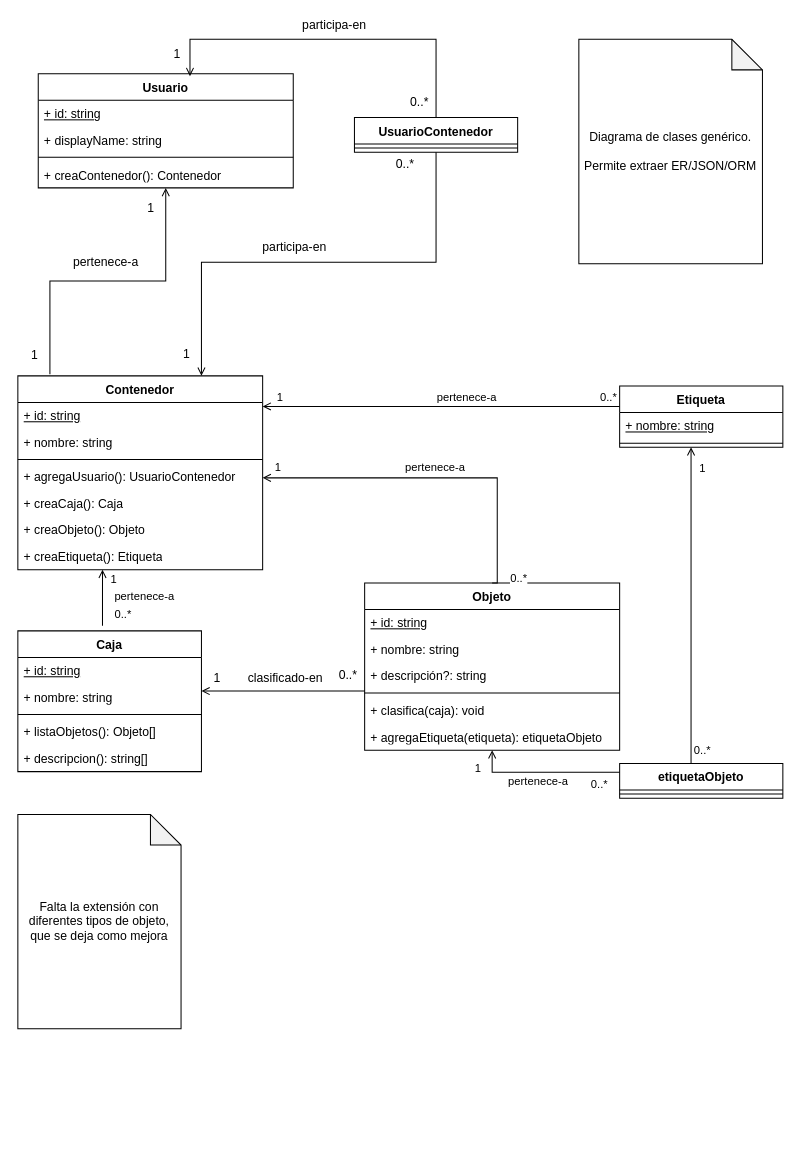
raxware/ion-manifesto keeps this draw.io diagram as doc/manifesto.drawio. Above is the earlier version. Source tidied: cells renumbered, new cells numbered last; positions are measured from the earlier drawing's top-left corner, leaving out a move shared by most shapes. Both pictures are drawn from the tidied source at 102%, with x=0, y=0 at pixel (17, 39).
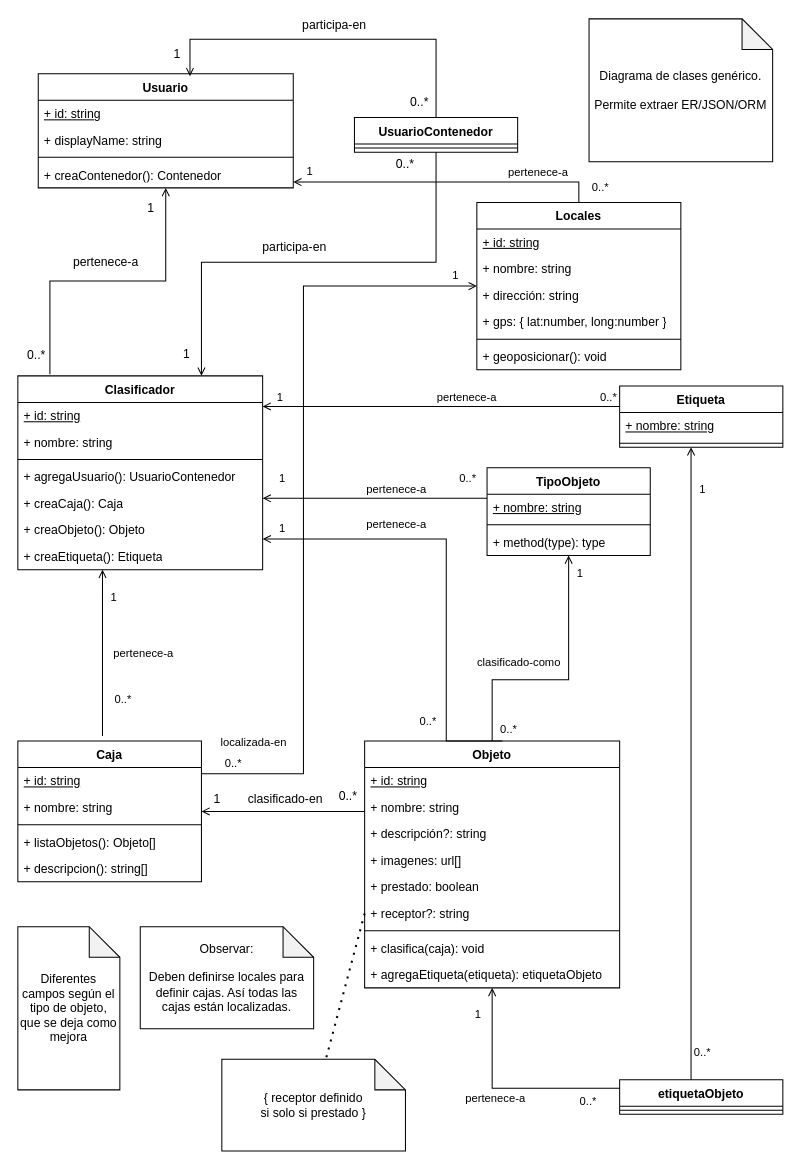
After the change.

Commit message (it also covers changes not shown here):
Diagrama de clases (modelo de datos) actualizado

The change refers to these unchanged cells:
```xml
<mxCell id="17" value="Usuario" style="swimlane;fontStyle=1;align=center;verticalAlign=top;horizontal=1;startSize=26;whiteSpace=wrap;html=1;" parent="1" vertex="1">
  <mxGeometry x="20" y="33.7" width="250" height="112" as="geometry" />
</mxCell>
<mxCell id="22" style="endArrow=open;shadow=0;strokeWidth=1;rounded=0;endFill=1;edgeStyle=elbowEdgeStyle;elbow=vertical;exitX=0.131;exitY=-0.009;exitDx=0;exitDy=0;exitPerimeter=0;" parent="1" edge="1" source="2" target="17">
  <mxGeometry x="0.5" y="41" relative="1" as="geometry">
    <mxPoint x="-40" y="32" as="offset" />
  </mxGeometry>
</mxCell>
```

The edit, as a diff of the source:
```diff
@@
-    <mxCell id="2" value="Contenedor" style="swimlane;fontStyle=1;align=center;verticalAlign=top;horizontal=1;startSize=26;whiteSpace=wrap;html=1;" parent="1" vertex="1">
+    <mxCell id="2" value="Clasificador" style="swimlane;fontStyle=1;align=center;verticalAlign=top;horizontal=1;startSize=26;whiteSpace=wrap;html=1;" parent="1" vertex="1">
       <mxGeometry y="330" width="240" height="190" as="geometry" />
     </mxCell>
@@
+    <mxCell id="72" style="edgeStyle=orthogonalEdgeStyle;rounded=0;jettySize=auto;html=1;endArrow=open;endFill=0;" parent="1" edge="1" source="10" target="83">
+      <mxGeometry relative="1" as="geometry">
+        <Array as="points">
+          <mxPoint x="465" y="628" />
+          <mxPoint x="540" y="628" />
+        </Array>
+      </mxGeometry>
+    </mxCell>
+    <mxCell id="73" value="1" style="edgeLabel;html=1;align=center;verticalAlign=middle;" parent="72" vertex="1">
+      <mxGeometry x="0.87" y="1" relative="1" as="geometry">
+        <mxPoint x="11" as="offset" />
+      </mxGeometry>
+    </mxCell>
+    <mxCell id="74" value="0..*" style="edgeLabel;html=1;align=center;verticalAlign=middle;" parent="72" vertex="1">
+      <mxGeometry x="-0.91" relative="1" as="geometry">
+        <mxPoint x="15" as="offset" />
+      </mxGeometry>
+    </mxCell>
+    <mxCell id="75" value="clasificado-como" style="edgeLabel;html=1;align=center;verticalAlign=middle;" parent="72" vertex="1">
+      <mxGeometry x="-0.05" y="1" relative="1" as="geometry">
+        <mxPoint x="-37" y="-17" as="offset" />
+      </mxGeometry>
+    </mxCell>
     <mxCell id="10" value="Objeto" style="swimlane;fontStyle=1;align=center;verticalAlign=top;horizontal=1;startSize=26;whiteSpace=wrap;html=1;" parent="1" vertex="1">
-      <mxGeometry x="340" y="533" width="250" height="164" as="geometry" />
+      <mxGeometry x="340" y="688" width="250" height="242" as="geometry" />
     </mxCell>
@@
+    <mxCell id="76" value="+ imagenes: url[]" style="text;strokeColor=none;fillColor=none;align=left;verticalAlign=top;spacingLeft=4;spacingRight=4;overflow=hidden;whiteSpace=wrap;html=1;" parent="10" vertex="1">
+      <mxGeometry y="104" width="250" height="26" as="geometry" />
+    </mxCell>
+    <mxCell id="77" value="+ prestado: boolean" style="text;strokeColor=none;fillColor=none;align=left;verticalAlign=top;spacingLeft=4;spacingRight=4;overflow=hidden;whiteSpace=wrap;html=1;" parent="10" vertex="1">
+      <mxGeometry y="130" width="250" height="26" as="geometry" />
+    </mxCell>
+    <mxCell id="78" value="+ receptor?: string" style="text;strokeColor=none;fillColor=none;align=left;verticalAlign=top;spacingLeft=4;spacingRight=4;overflow=hidden;points=[[0,0.5],[1,0.5]];portConstraint=eastwest;whiteSpace=wrap;html=1;" parent="10" vertex="1">
+      <mxGeometry y="156" width="250" height="26" as="geometry" />
+    </mxCell>
     <mxCell id="14" style="line;strokeWidth=1;fillColor=none;align=left;verticalAlign=middle;spacingTop=-1;spacingLeft=3;spacingRight=3;labelPosition=right;strokeColor=inherit;" parent="10" vertex="1">
-      <mxGeometry y="104" width="250" height="8" as="geometry" />
+      <mxGeometry y="182" width="250" height="8" as="geometry" />
     </mxCell>
     <mxCell id="15" value="+ clasifica(caja): void" style="text;strokeColor=none;fillColor=none;align=left;verticalAlign=top;spacingLeft=4;spacingRight=4;overflow=hidden;whiteSpace=wrap;html=1;" parent="10" vertex="1">
-      <mxGeometry y="112" width="250" height="26" as="geometry" />
+      <mxGeometry y="190" width="250" height="26" as="geometry" />
     </mxCell>
     <mxCell id="16" value="+ agregaEtiqueta(etiqueta): etiquetaObjeto" style="text;strokeColor=none;fillColor=none;align=left;verticalAlign=top;spacingLeft=4;spacingRight=4;overflow=hidden;whiteSpace=wrap;html=1;" parent="10" vertex="1">
-      <mxGeometry y="138" width="250" height="26" as="geometry" />
+      <mxGeometry y="216" width="250" height="26" as="geometry" />
     </mxCell>
+    <mxCell id="79" style="edgeStyle=orthogonalEdgeStyle;rounded=0;jettySize=auto;html=1;entryX=0.5;entryY=0;entryDx=0;entryDy=0;endArrow=none;endFill=0;startArrow=open;startFill=0;" parent="1" edge="1" source="17" target="95">
+      <mxGeometry relative="1" as="geometry">
+        <Array as="points">
+          <mxPoint x="550" y="140" />
+        </Array>
+      </mxGeometry>
+    </mxCell>
+    <mxCell id="80" value="1" style="edgeLabel;html=1;align=center;verticalAlign=middle;" parent="79" vertex="1">
+      <mxGeometry x="-0.95" y="-1" relative="1" as="geometry">
+        <mxPoint x="7" y="-12" as="offset" />
+      </mxGeometry>
+    </mxCell>
+    <mxCell id="81" value="0..*" style="edgeLabel;html=1;align=center;verticalAlign=middle;" parent="79" vertex="1">
+      <mxGeometry x="0.89" y="-3" relative="1" as="geometry">
+        <mxPoint x="23" as="offset" />
+      </mxGeometry>
+    </mxCell>
+    <mxCell id="82" value="pertenece-a" style="edgeLabel;html=1;align=center;verticalAlign=middle;" parent="79" vertex="1">
+      <mxGeometry x="-0.02" y="-1" relative="1" as="geometry">
+        <mxPoint x="92" y="-11" as="offset" />
+      </mxGeometry>
+    </mxCell>
@@
-    <mxCell id="23" value="1" style="align=left;verticalAlign=bottom;labelBackgroundColor=none;fontSize=12;" parent="22" vertex="1">
+    <mxCell id="23" value="0..*" style="align=left;verticalAlign=bottom;labelBackgroundColor=none;fontSize=12;" parent="22" vertex="1">
       <mxGeometry x="-1" relative="1" as="geometry">
-        <mxPoint x="-20" y="-10" as="offset" />
+        <mxPoint x="-24" y="-10" as="offset" />
       </mxGeometry>
     </mxCell>
@@
     <mxCell id="36" value="Caja" style="swimlane;fontStyle=1;align=center;verticalAlign=top;horizontal=1;startSize=26;whiteSpace=wrap;html=1;" parent="1" vertex="1">
-      <mxGeometry y="580" width="180" height="138" as="geometry" />
+      <mxGeometry y="688" width="180" height="138" as="geometry" />
     </mxCell>
@@
-    <mxCell id="46" style="edgeStyle=orthogonalEdgeStyle;rounded=0;jettySize=auto;html=1;exitX=0.5;exitY=0;exitDx=0;exitDy=0;endArrow=open;endFill=0;" parent="1" edge="1" source="10" target="2">
+    <mxCell id="46" style="edgeStyle=orthogonalEdgeStyle;rounded=0;jettySize=auto;html=1;exitX=0.5;exitY=0;exitDx=0;exitDy=0;endArrow=open;endFill=0;" parent="1" edge="1" target="2">
       <mxGeometry relative="1" as="geometry">
+        <mxPoint x="475" y="688" as="sourcePoint" />
         <Array as="points">
-          <mxPoint x="470" y="430" />
+          <mxPoint x="420" y="688" />
+          <mxPoint x="420" y="490" />
         </Array>
       </mxGeometry>
     </mxCell>
@@
     <mxCell id="48" value="0..*" style="edgeLabel;html=1;align=center;verticalAlign=middle;" parent="46" vertex="1">
       <mxGeometry x="-0.94" y="-2" relative="1" as="geometry">
-        <mxPoint x="18" as="offset" />
+        <mxPoint x="-61" y="-18" as="offset" />
       </mxGeometry>
     </mxCell>
     <mxCell id="49" value="pertenece-a" style="edgeLabel;html=1;align=center;verticalAlign=middle;" parent="46" vertex="1">
       <mxGeometry x="-0.05" relative="1" as="geometry">
-        <mxPoint x="-9" y="-11" as="offset" />
+        <mxPoint x="-50" y="-62" as="offset" />
       </mxGeometry>
     </mxCell>
@@
     <mxCell id="64" value="etiquetaObjeto" style="swimlane;fontStyle=1;align=center;verticalAlign=top;horizontal=1;startSize=26;whiteSpace=wrap;html=1;" parent="1" vertex="1">
-      <mxGeometry x="590" y="710" width="160" height="34" as="geometry" />
+      <mxGeometry x="590" y="1020" width="160" height="34" as="geometry" />
     </mxCell>
@@
     <mxCell id="70" value="Diagrama de clases genérico.&lt;br&gt;&lt;br&gt;Permite extraer ER/JSON/ORM" style="shape=note;whiteSpace=wrap;html=1;backgroundOutline=1;darkOpacity=0.05;" parent="1" vertex="1">
-      <mxGeometry x="550" width="180" height="220" as="geometry" />
+      <mxGeometry x="560" y="-20" width="180" height="140" as="geometry" />
     </mxCell>
-    <mxCell id="71" value="Falta la extensión con diferentes tipos de objeto, que se deja como mejora" style="shape=note;whiteSpace=wrap;html=1;backgroundOutline=1;darkOpacity=0.05;" parent="1" vertex="1">
-      <mxGeometry y="760" width="160" height="210" as="geometry" />
+    <mxCell id="71" value="Diferentes campos según el tipo de objeto, que se deja como mejora" style="shape=note;whiteSpace=wrap;html=1;backgroundOutline=1;darkOpacity=0.05;" parent="1" vertex="1">
+      <mxGeometry y="870" width="100" height="160" as="geometry" />
     </mxCell>
+    <mxCell id="83" value="TipoObjeto" style="swimlane;fontStyle=1;align=center;verticalAlign=top;horizontal=1;startSize=26;whiteSpace=wrap;html=1;" parent="1" vertex="1">
+      <mxGeometry x="460" y="420" width="160" height="86" as="geometry" />
+    </mxCell>
+    <mxCell id="84" value="&lt;u&gt;+ nombre: string&lt;/u&gt;" style="text;strokeColor=none;fillColor=none;align=left;verticalAlign=top;spacingLeft=4;spacingRight=4;overflow=hidden;points=[[0,0.5],[1,0.5]];portConstraint=eastwest;whiteSpace=wrap;html=1;" parent="83" vertex="1">
+      <mxGeometry y="26" width="160" height="26" as="geometry" />
+    </mxCell>
+    <mxCell id="85" style="line;strokeWidth=1;fillColor=none;align=left;verticalAlign=middle;spacingTop=-1;spacingLeft=3;spacingRight=3;labelPosition=right;strokeColor=inherit;" parent="83" vertex="1">
+      <mxGeometry y="52" width="160" height="8" as="geometry" />
+    </mxCell>
+    <mxCell id="86" value="+ method(type): type" style="text;strokeColor=none;fillColor=none;align=left;verticalAlign=top;spacingLeft=4;spacingRight=4;overflow=hidden;whiteSpace=wrap;html=1;" parent="83" vertex="1">
+      <mxGeometry y="60" width="160" height="26" as="geometry" />
+    </mxCell>
+    <mxCell id="87" style="edgeStyle=orthogonalEdgeStyle;rounded=0;jettySize=auto;html=1;endArrow=open;endFill=0;" parent="1" edge="1" source="84" target="2">
+      <mxGeometry relative="1" as="geometry">
+        <Array as="points">
+          <mxPoint x="380" y="450" />
+          <mxPoint x="380" y="450" />
+        </Array>
+      </mxGeometry>
+    </mxCell>
+    <mxCell id="88" value="pertenece-a" style="edgeLabel;html=1;align=center;verticalAlign=middle;" parent="87" vertex="1">
+      <mxGeometry x="-0.05" y="2" relative="1" as="geometry">
+        <mxPoint x="15" y="-12" as="offset" />
+      </mxGeometry>
+    </mxCell>
+    <mxCell id="89" value="1" style="edgeLabel;html=1;align=center;verticalAlign=middle;" parent="87" vertex="1">
+      <mxGeometry x="0.84" y="2" relative="1" as="geometry">
+        <mxPoint y="-22" as="offset" />
+      </mxGeometry>
+    </mxCell>
+    <mxCell id="90" value="0..*" style="edgeLabel;html=1;align=center;verticalAlign=middle;" parent="87" vertex="1">
+      <mxGeometry x="-0.87" y="-1" relative="1" as="geometry">
+        <mxPoint x="-6" y="-19" as="offset" />
+      </mxGeometry>
+    </mxCell>
+    <mxCell id="91" style="edgeStyle=orthogonalEdgeStyle;rounded=0;jettySize=auto;html=1;endArrow=none;endFill=0;startArrow=open;startFill=0;" parent="1" edge="1" source="95" target="36">
+      <mxGeometry relative="1" as="geometry">
+        <Array as="points">
+          <mxPoint x="280" y="720" />
+        </Array>
+      </mxGeometry>
+    </mxCell>
+    <mxCell id="92" value="0..*" style="edgeLabel;html=1;align=center;verticalAlign=middle;" parent="91" vertex="1">
+      <mxGeometry x="0.63" y="1" relative="1" as="geometry">
+        <mxPoint x="-71" y="27" as="offset" />
+      </mxGeometry>
+    </mxCell>
+    <mxCell id="93" value="1" style="edgeLabel;html=1;align=center;verticalAlign=middle;" parent="91" vertex="1">
+      <mxGeometry x="-0.81" y="-2" relative="1" as="geometry">
+        <mxPoint x="49" y="-9" as="offset" />
+      </mxGeometry>
+    </mxCell>
+    <mxCell id="94" value="localizada-en" style="edgeLabel;html=1;align=center;verticalAlign=middle;" parent="91" vertex="1">
+      <mxGeometry x="0.27" relative="1" as="geometry">
+        <mxPoint x="-50" y="141" as="offset" />
+      </mxGeometry>
+    </mxCell>
+    <mxCell id="95" value="Locales" style="swimlane;fontStyle=1;align=center;verticalAlign=top;horizontal=1;startSize=26;whiteSpace=wrap;html=1;" parent="1" vertex="1">
+      <mxGeometry x="450" y="160" width="200" height="164" as="geometry" />
+    </mxCell>
+    <mxCell id="96" value="&lt;u&gt;+ id: string&lt;/u&gt;" style="text;strokeColor=none;fillColor=none;align=left;verticalAlign=top;spacingLeft=4;spacingRight=4;overflow=hidden;whiteSpace=wrap;html=1;" parent="95" vertex="1">
+      <mxGeometry y="26" width="200" height="26" as="geometry" />
+    </mxCell>
+    <mxCell id="97" value="+ nombre: string" style="text;strokeColor=none;fillColor=none;align=left;verticalAlign=top;spacingLeft=4;spacingRight=4;overflow=hidden;whiteSpace=wrap;html=1;" parent="95" vertex="1">
+      <mxGeometry y="52" width="200" height="26" as="geometry" />
+    </mxCell>
+    <mxCell id="98" value="+ dirección: string" style="text;strokeColor=none;fillColor=none;align=left;verticalAlign=top;spacingLeft=4;spacingRight=4;overflow=hidden;whiteSpace=wrap;html=1;" parent="95" vertex="1">
+      <mxGeometry y="78" width="200" height="26" as="geometry" />
+    </mxCell>
+    <mxCell id="99" value="+ gps: { lat:number, long:number }" style="text;strokeColor=none;fillColor=none;align=left;verticalAlign=top;spacingLeft=4;spacingRight=4;overflow=hidden;whiteSpace=wrap;html=1;" parent="95" vertex="1">
+      <mxGeometry y="104" width="200" height="26" as="geometry" />
+    </mxCell>
+    <mxCell id="100" style="line;strokeWidth=1;fillColor=none;align=left;verticalAlign=middle;spacingTop=-1;spacingLeft=3;spacingRight=3;labelPosition=right;strokeColor=inherit;" parent="95" vertex="1">
+      <mxGeometry y="130" width="200" height="8" as="geometry" />
+    </mxCell>
+    <mxCell id="101" value="+ geoposicionar(): void" style="text;strokeColor=none;fillColor=none;align=left;verticalAlign=top;spacingLeft=4;spacingRight=4;overflow=hidden;whiteSpace=wrap;html=1;" parent="95" vertex="1">
+      <mxGeometry y="138" width="200" height="26" as="geometry" />
+    </mxCell>
+    <mxCell id="102" value="Observar:&lt;br&gt;&lt;br&gt;Deben definirse locales para definir cajas. Así todas las cajas están localizadas." style="shape=note;whiteSpace=wrap;html=1;backgroundOutline=1;darkOpacity=0.05;" parent="1" vertex="1">
+      <mxGeometry x="120" y="870" width="170" height="100" as="geometry" />
+    </mxCell>
+    <mxCell id="103" value="{ receptor definido&lt;br&gt;si solo si prestado }" style="shape=note;whiteSpace=wrap;html=1;backgroundOutline=1;darkOpacity=0.05;" parent="1" vertex="1">
+      <mxGeometry x="200" y="1000" width="180" height="90" as="geometry" />
+    </mxCell>
+    <mxCell id="104" style="endArrow=none;dashed=1;html=1;dashPattern=1 3;strokeWidth=2;rounded=0;exitX=0;exitY=0.5;exitDx=0;exitDy=0;" parent="1" edge="1" source="78" target="103">
+      <mxGeometry relative="1" as="geometry" />
+    </mxCell>
```
